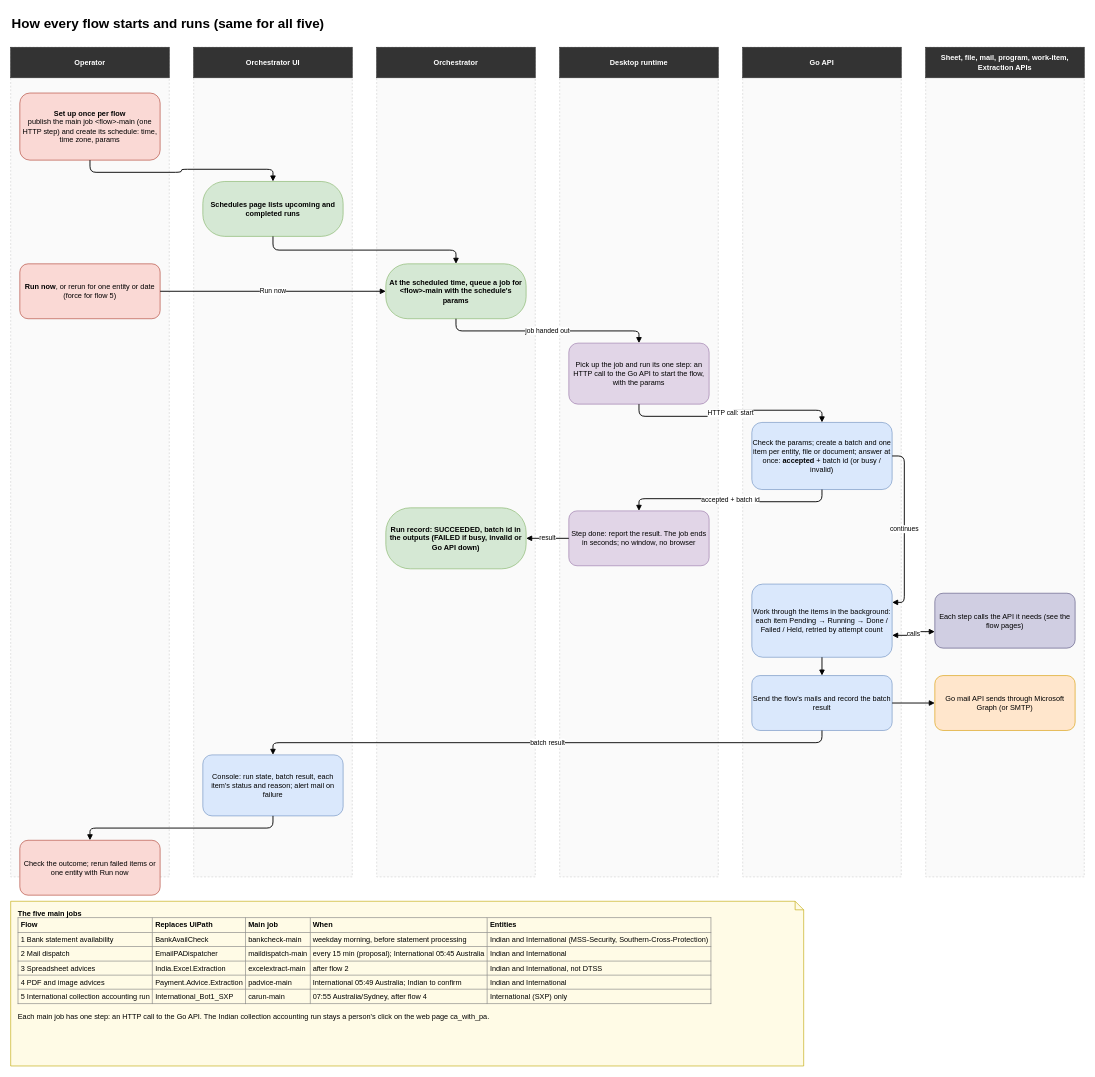
Before: page "3 How a flow runs" (3 of 8) of tracto/docs/SIS/diagrams/sis-flows-on-tracto.drawio in skthom2016/Slim_RPA, a draw.io diagram. Source tidied: cells renumbered, new cells numbered last; positions are measured from the earlier drawing's top-left corner, leaving out a move shared by most shapes. Both pictures are drawn from the tidied source at 61%, with x=0, y=0 at pixel (10, 10).
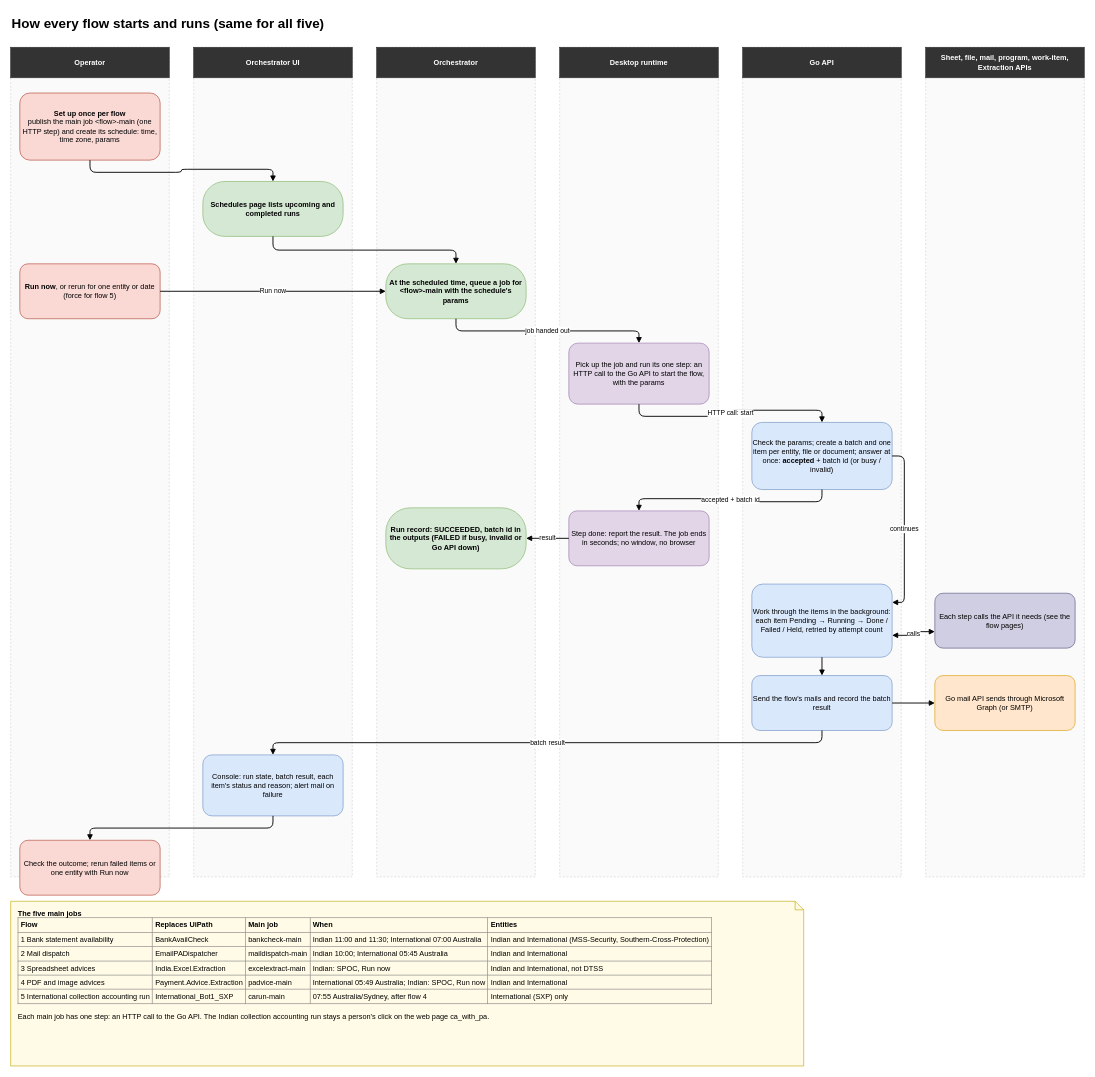
The same diagram, later.

The edit, as a diff of the source:
```diff
@@
-    <mxCell id="42" value="&lt;b&gt;The five main jobs&lt;/b&gt;&lt;br&gt;&lt;table border='1' cellpadding='4' style='border-collapse:collapse;font-size:12px'&gt;&lt;tr&gt;&lt;th&gt;Flow&lt;/th&gt;&lt;th&gt;Replaces UiPath&lt;/th&gt;&lt;th&gt;Main job&lt;/th&gt;&lt;th&gt;When&lt;/th&gt;&lt;th&gt;Entities&lt;/th&gt;&lt;/tr&gt;&lt;tr&gt;&lt;td&gt;1 Bank statement availability&lt;/td&gt;&lt;td&gt;BankAvailCheck&lt;/td&gt;&lt;td&gt;bankcheck-main&lt;/td&gt;&lt;td&gt;weekday morning, before statement processing&lt;/td&gt;&lt;td&gt;Indian and International (MSS-Security, Southern-Cross-Protection)&lt;/td&gt;&lt;/tr&gt;&lt;tr&gt;&lt;td&gt;2 Mail dispatch&lt;/td&gt;&lt;td&gt;EmailPADispatcher&lt;/td&gt;&lt;td&gt;maildispatch-main&lt;/td&gt;&lt;td&gt;every 15 min (proposal); International 05:45 Australia&lt;/td&gt;&lt;td&gt;Indian and International&lt;/td&gt;&lt;/tr&gt;&lt;tr&gt;&lt;td&gt;3 Spreadsheet advices&lt;/td&gt;&lt;td&gt;India.Excel.Extraction&lt;/td&gt;&lt;td&gt;excelextract-main&lt;/td&gt;&lt;td&gt;after flow 2&lt;/td&gt;&lt;td&gt;Indian and International, not DTSS&lt;/td&gt;&lt;/tr&gt;&lt;tr&gt;&lt;td&gt;4 PDF and image advices&lt;/td&gt;&lt;td&gt;Payment.Advice.Extraction&lt;/td&gt;&lt;td&gt;padvice-main&lt;/td&gt;&lt;td&gt;International 05:49 Australia; Indian to confirm&lt;/td&gt;&lt;td&gt;Indian and International&lt;/td&gt;&lt;/tr&gt;&lt;tr&gt;&lt;td&gt;5 International collection accounting run&lt;/td&gt;&lt;td&gt;International_Bot1_SXP&lt;/td&gt;&lt;td&gt;carun-main&lt;/td&gt;&lt;td&gt;07:55 Australia/Sydney, after flow 4&lt;/td&gt;&lt;td&gt;International (SXP) only&lt;/td&gt;&lt;/tr&gt;&lt;/table&gt;&lt;br&gt;Each main job has one step: an HTTP call to the Go API. The Indian collection accounting run stays a person's click on the web page ca_with_pa." style="shape=note;whiteSpace=wrap;html=1;size=14;fillColor=#fffbe6;strokeColor=#bfa600;align=left;verticalAlign=top;spacingLeft=10;spacingRight=10;spacingTop=6;" parent="1" vertex="1">
+    <mxCell id="42" value="&lt;b&gt;The five main jobs&lt;/b&gt;&lt;br&gt;&lt;table border='1' cellpadding='4' style='border-collapse:collapse;font-size:12px'&gt;&lt;tr&gt;&lt;th&gt;Flow&lt;/th&gt;&lt;th&gt;Replaces UiPath&lt;/th&gt;&lt;th&gt;Main job&lt;/th&gt;&lt;th&gt;When&lt;/th&gt;&lt;th&gt;Entities&lt;/th&gt;&lt;/tr&gt;&lt;tr&gt;&lt;td&gt;1 Bank statement availability&lt;/td&gt;&lt;td&gt;BankAvailCheck&lt;/td&gt;&lt;td&gt;bankcheck-main&lt;/td&gt;&lt;td&gt;Indian 11:00 and 11:30; International 07:00 Australia&lt;/td&gt;&lt;td&gt;Indian and International (MSS-Security, Southern-Cross-Protection)&lt;/td&gt;&lt;/tr&gt;&lt;tr&gt;&lt;td&gt;2 Mail dispatch&lt;/td&gt;&lt;td&gt;EmailPADispatcher&lt;/td&gt;&lt;td&gt;maildispatch-main&lt;/td&gt;&lt;td&gt;Indian 10:00; International 05:45 Australia&lt;/td&gt;&lt;td&gt;Indian and International&lt;/td&gt;&lt;/tr&gt;&lt;tr&gt;&lt;td&gt;3 Spreadsheet advices&lt;/td&gt;&lt;td&gt;India.Excel.Extraction&lt;/td&gt;&lt;td&gt;excelextract-main&lt;/td&gt;&lt;td&gt;Indian: SPOC, Run now&lt;/td&gt;&lt;td&gt;Indian and International, not DTSS&lt;/td&gt;&lt;/tr&gt;&lt;tr&gt;&lt;td&gt;4 PDF and image advices&lt;/td&gt;&lt;td&gt;Payment.Advice.Extraction&lt;/td&gt;&lt;td&gt;padvice-main&lt;/td&gt;&lt;td&gt;International 05:49 Australia; Indian: SPOC, Run now&lt;/td&gt;&lt;td&gt;Indian and International&lt;/td&gt;&lt;/tr&gt;&lt;tr&gt;&lt;td&gt;5 International collection accounting run&lt;/td&gt;&lt;td&gt;International_Bot1_SXP&lt;/td&gt;&lt;td&gt;carun-main&lt;/td&gt;&lt;td&gt;07:55 Australia/Sydney, after flow 4&lt;/td&gt;&lt;td&gt;International (SXP) only&lt;/td&gt;&lt;/tr&gt;&lt;/table&gt;&lt;br&gt;Each main job has one step: an HTTP call to the Go API. The Indian collection accounting run stays a person's click on the web page ca_with_pa." style="shape=note;whiteSpace=wrap;html=1;size=14;fillColor=#fffbe6;strokeColor=#bfa600;align=left;verticalAlign=top;spacingLeft=10;spacingRight=10;spacingTop=6;" parent="1" vertex="1">
       <mxGeometry y="1460" width="1300" height="270" as="geometry" />
     </mxCell>
```
